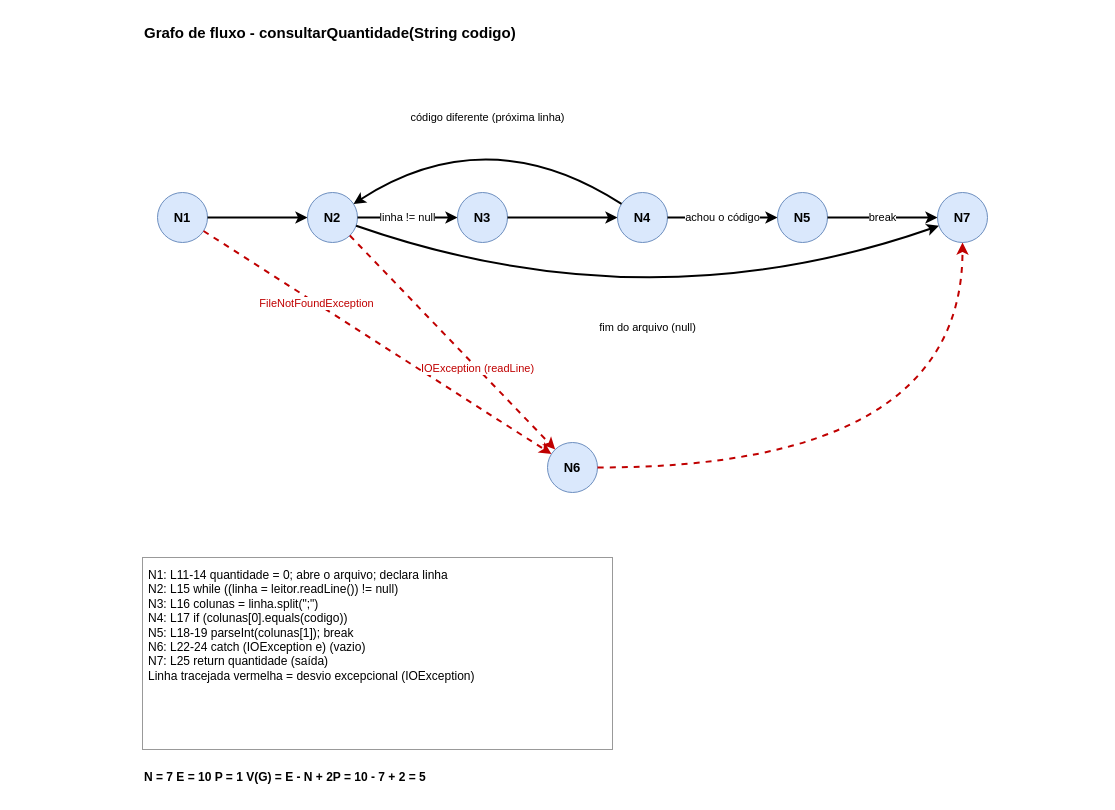
Above: diagramas/consultarQuantidade.drawio in Matheusnardi10/atividade-caixa-branca (draw.io), before the change. Source tidied: cells renumbered, new cells numbered last; positions are measured from the earlier drawing's top-left corner, leaving out a move shared by most shapes. Both pictures are drawn from the tidied source at 100%, with x=0, y=0 at pixel (142, 17).
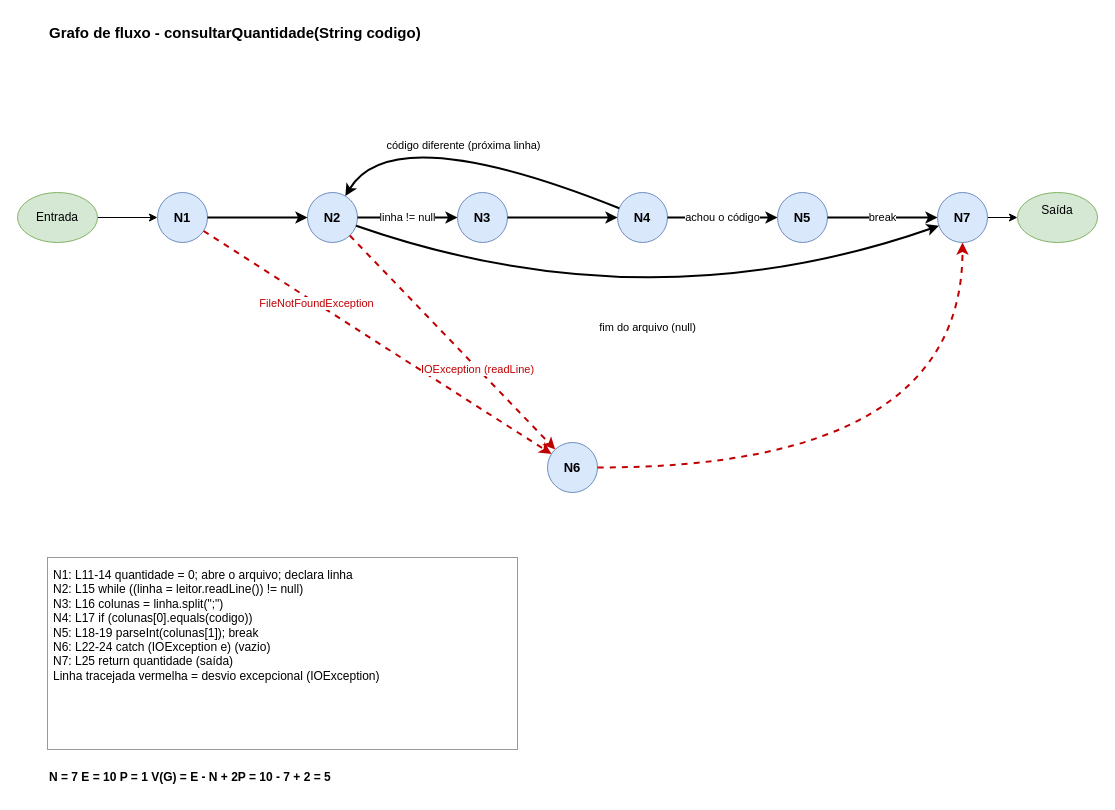
Above is the later version.

Unchanged cells that the change refers to:
```xml
<mxCell id="2" value="N1" style="ellipse;whiteSpace=wrap;html=1;fillColor=#dae8fc;strokeColor=#6c8ebf;fontStyle=1;fontSize=13;" parent="1" vertex="1">
  <mxGeometry x="15" y="175" width="50" height="50" as="geometry" />
</mxCell>
<mxCell id="3" value="N2" style="ellipse;whiteSpace=wrap;html=1;fillColor=#dae8fc;strokeColor=#6c8ebf;fontStyle=1;fontSize=13;" parent="1" vertex="1">
  <mxGeometry x="165" y="175" width="50" height="50" as="geometry" />
</mxCell>
<mxCell id="5" value="N4" style="ellipse;whiteSpace=wrap;html=1;fillColor=#dae8fc;strokeColor=#6c8ebf;fontStyle=1;fontSize=13;" parent="1" vertex="1">
  <mxGeometry x="475" y="175" width="50" height="50" as="geometry" />
</mxCell>
<mxCell id="7" value="N7" style="ellipse;whiteSpace=wrap;html=1;fillColor=#dae8fc;strokeColor=#6c8ebf;fontStyle=1;fontSize=13;" parent="1" vertex="1">
  <mxGeometry x="795" y="175" width="50" height="50" as="geometry" />
</mxCell>
<mxCell id="8" value="N6" style="ellipse;whiteSpace=wrap;html=1;fillColor=#dae8fc;strokeColor=#6c8ebf;fontStyle=1;fontSize=13;" parent="1" vertex="1">
  <mxGeometry x="405" y="425" width="50" height="50" as="geometry" />
</mxCell>
```

Change to the diagram source:
```diff
@@
+    <mxCell id="22" style="edgeStyle=orthogonalEdgeStyle;rounded=0;jettySize=auto;html=1;defaultLabelBackgroundColor=page;labelPadding=0 4;" parent="1" edge="1" source="7" target="25">
+      <mxGeometry relative="1" as="geometry" />
+    </mxCell>
@@
     <mxCell id="14" value="código diferente (próxima linha)" style="endArrow=classic;html=1;rounded=0;strokeWidth=2;fontSize=11;labelBackgroundColor=#ffffff;curved=1;" parent="1" edge="1" source="5" target="3">
       <mxGeometry relative="1" as="geometry">
         <Array as="points">
-          <mxPoint x="345" y="100" />
+          <mxPoint x="250" y="100" />
         </Array>
       </mxGeometry>
     </mxCell>
@@
-    <mxCell id="16" value="FileNotFoundException" style="endArrow=classic;html=1;rounded=0;strokeWidth=2;fontSize=11;labelBackgroundColor=#ffffff;dashed=1;strokeColor=#C00000;fontColor=#C00000;" parent="1" edge="1" source="2" target="8">
-      <mxGeometry x="-0.35" relative="1" as="geometry" />
+    <mxCell id="16" value="FileNotFoundException" style="endArrow=classic;html=1;rounded=0;strokeWidth=2;fontSize=11;labelBackgroundColor=#ffffff;dashed=1;strokeColor=#C00000;fontColor=#C00000;" parent="1" edge="1" source="2">
+      <mxGeometry x="-0.35" relative="1" as="geometry">
+        <mxPoint x="409" y="436.5" as="targetPoint" />
+      </mxGeometry>
     </mxCell>
-    <mxCell id="17" value="IOException (readLine)" style="endArrow=classic;html=1;rounded=0;strokeWidth=2;fontSize=11;labelBackgroundColor=#ffffff;dashed=1;strokeColor=#C00000;fontColor=#C00000;" parent="1" edge="1" source="3" target="8">
-      <mxGeometry x="0.25" relative="1" as="geometry" />
+    <mxCell id="17" value="IOException (readLine)" style="endArrow=classic;html=1;rounded=0;strokeWidth=2;fontSize=11;labelBackgroundColor=#ffffff;dashed=1;strokeColor=#C00000;fontColor=#C00000;" parent="1" edge="1" source="3">
+      <mxGeometry x="0.25" relative="1" as="geometry">
+        <mxPoint x="412.7" y="432" as="targetPoint" />
+      </mxGeometry>
     </mxCell>
-    <mxCell id="18" style="endArrow=classic;html=1;rounded=0;strokeWidth=2;fontSize=11;labelBackgroundColor=#ffffff;curved=1;dashed=1;strokeColor=#C00000;fontColor=#C00000;" parent="1" edge="1" source="8" target="7">
+    <mxCell id="18" style="endArrow=classic;html=1;rounded=0;strokeWidth=2;fontSize=11;labelBackgroundColor=#ffffff;curved=1;dashed=1;strokeColor=#C00000;fontColor=#C00000;" parent="1" edge="1" target="7">
       <mxGeometry relative="1" as="geometry">
+        <mxPoint x="455" y="450" as="sourcePoint" />
         <Array as="points">
           <mxPoint x="820" y="450" />
         </Array>
       </mxGeometry>
     </mxCell>
     <mxCell id="19" value="Grafo de fluxo - consultarQuantidade(String codigo)" style="text;html=1;align=left;verticalAlign=middle;fontSize=15;fontStyle=1;" parent="1" vertex="1">
-      <mxGeometry width="620" height="30" as="geometry" />
+      <mxGeometry x="-95" width="620" height="30" as="geometry" />
     </mxCell>
     <mxCell id="20" value="N1: L11-14  quantidade = 0; abre o arquivo; declara linha&lt;br&gt;N2: L15  while ((linha = leitor.readLine()) != null)&lt;br&gt;N3: L16  colunas = linha.split(&quot;;&quot;)&lt;br&gt;N4: L17  if (colunas[0].equals(codigo))&lt;br&gt;N5: L18-19  parseInt(colunas[1]); break&lt;br&gt;N6: L22-24  catch (IOException e) (vazio)&lt;br&gt;N7: L25  return quantidade (saída)&lt;br&gt;Linha tracejada vermelha = desvio excepcional (IOException)" style="text;html=1;align=left;verticalAlign=top;whiteSpace=wrap;fontSize=12;strokeColor=#999999;spacing=6;" parent="1" vertex="1">
-      <mxGeometry y="540" width="470" height="192" as="geometry" />
+      <mxGeometry x="-95" y="540" width="470" height="192" as="geometry" />
     </mxCell>
     <mxCell id="21" value="N = 7   E = 10   P = 1   V(G) = E - N + 2P = 10 - 7 + 2 = 5" style="text;html=1;align=left;verticalAlign=top;whiteSpace=wrap;fontSize=12;fontStyle=1;" parent="1" vertex="1">
-      <mxGeometry y="746" width="470" height="30" as="geometry" />
+      <mxGeometry x="-95" y="746" width="470" height="30" as="geometry" />
     </mxCell>
+    <mxCell id="23" style="edgeStyle=orthogonalEdgeStyle;rounded=0;jettySize=auto;html=1;defaultLabelBackgroundColor=page;labelPadding=0 4;" parent="1" edge="1" source="24" target="2">
+      <mxGeometry relative="1" as="geometry" />
+    </mxCell>
+    <mxCell id="24" value="Entrada" style="ellipse;whiteSpace=wrap;html=1;shapeInside=1;fillColor=#d5e8d4;strokeColor=#82b366;" parent="1" vertex="1">
+      <mxGeometry x="-125" y="175" width="80" height="50" as="geometry" />
+    </mxCell>
+    <mxCell id="25" value="Saída&lt;div&gt;&lt;br&gt;&lt;/div&gt;" style="ellipse;whiteSpace=wrap;html=1;shapeInside=1;fillColor=#d5e8d4;strokeColor=#82b366;" parent="1" vertex="1">
+      <mxGeometry x="875" y="175" width="80" height="50" as="geometry" />
+    </mxCell>
```
